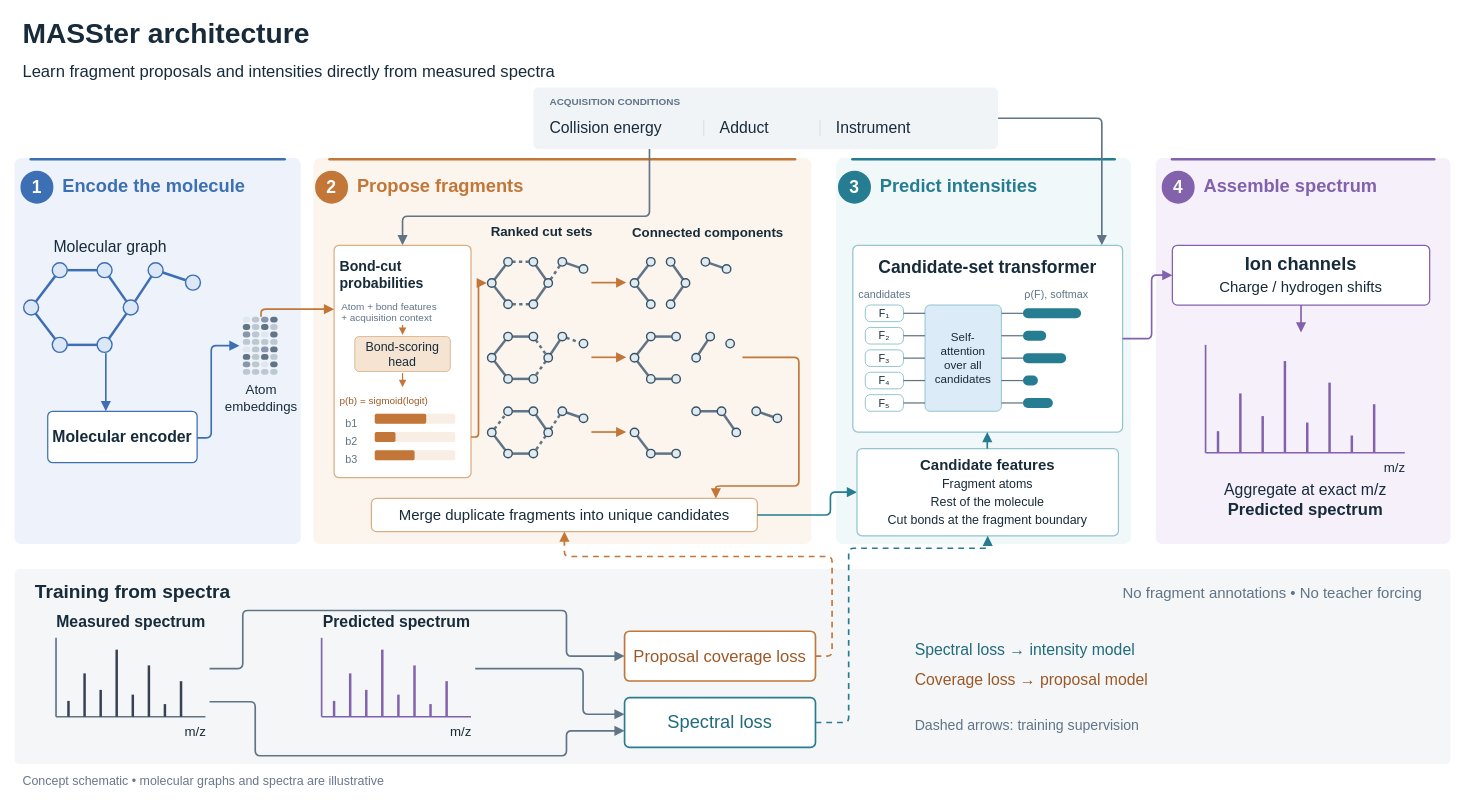
Above: page "MASSter architecture" (1 of 2) of docs/figures/masster_figures.drawio in LZhang98/fragnnet (draw.io), before the change. Source tidied: cells renumbered, new cells numbered last; positions are measured from the earlier drawing's top-left corner, leaving out a move shared by most shapes. Both pictures are drawn from the tidied source at 83%, with x=0, y=0 at pixel (14, 14).
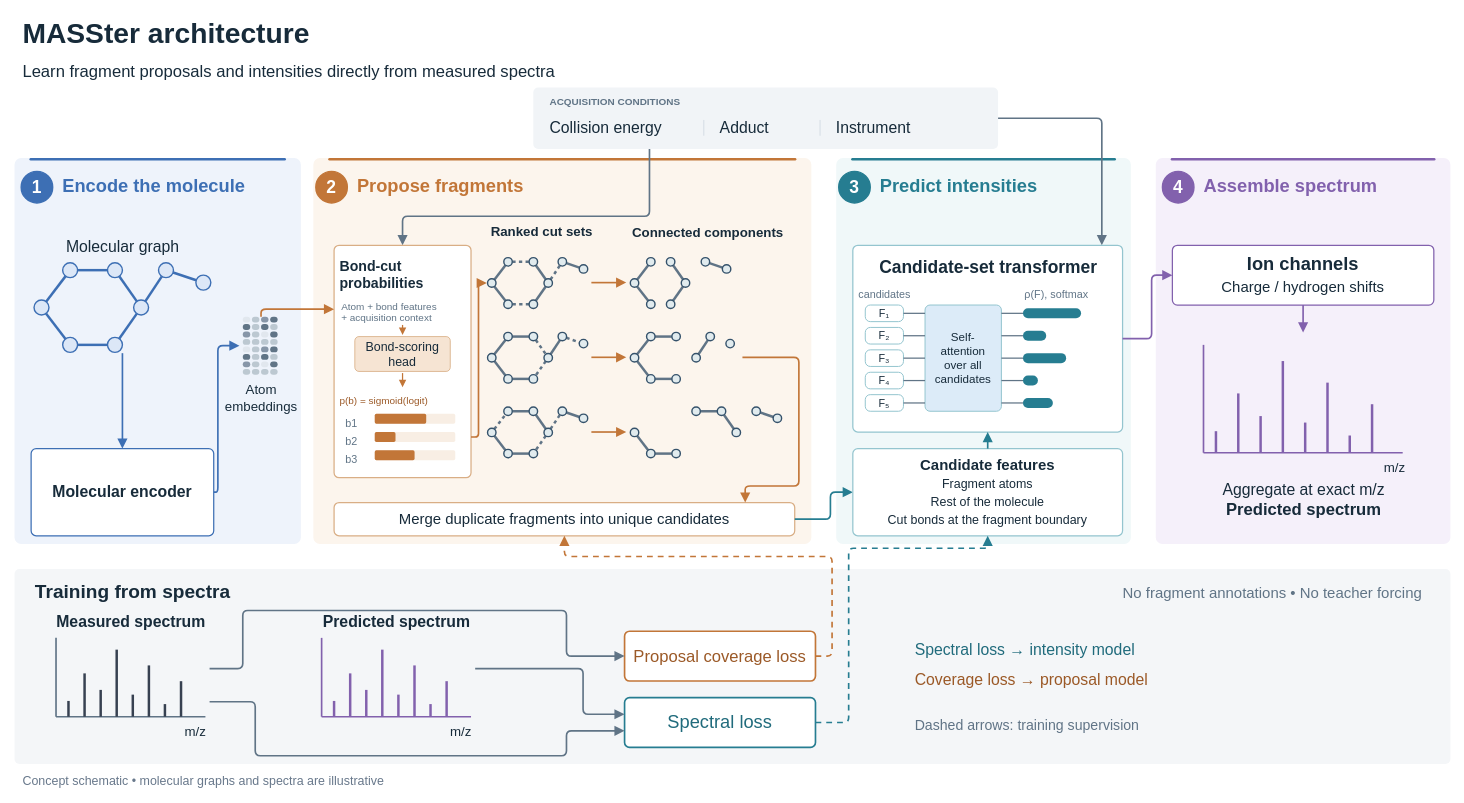
Above is the later version.

The change refers to these unchanged cells:
```xml
<mxCell id="75" style="rounded=1;absoluteArcSize=1;arcSize=12;whiteSpace=wrap;html=1;fillColor=#FFFFFF;strokeColor=#94C5CF;strokeWidth=1.5;fontFamily=Arial;fontSize=16;fontStyle=0;fontColor=#172B3A;verticalAlign=top;" parent="1" vertex="1">
  <mxGeometry x="1010" y="278" width="325" height="225" as="geometry" />
</mxCell>
```

The edit, as a diff of the source:
```diff
@@
     <mxCell id="28" style="group;" parent="1" vertex="1">
-      <mxGeometry x="11" y="299" width="213" height="108" as="geometry" />
+      <mxGeometry x="23.5" y="299" width="213" height="108" as="geometry" />
     </mxCell>
@@
     <mxCell id="45" value="Molecular graph" style="text;html=1;align=center;verticalAlign=middle;whiteSpace=nowrap;spacing=0;fontFamily=Arial;fontSize=19;fontStyle=0;fontColor=#172B3A;" parent="1" vertex="1">
-      <mxGeometry x="33.6" y="269" width="162.8" height="24.7" as="geometry" />
+      <mxGeometry x="48.6" y="269" width="162.8" height="24.7" as="geometry" />
     </mxCell>
     <mxCell id="46" value="Molecular encoder" style="rounded=1;absoluteArcSize=1;arcSize=12;whiteSpace=wrap;html=1;fillColor=#FFFFFF;strokeWidth=1.5;fontFamily=Arial;fontSize=19;fontStyle=1;fontColor=#172B3A;strokeColor=#3D6FB4;" parent="1" vertex="1">
-      <mxGeometry x="40" y="478" width="180" height="62" as="geometry" />
+      <mxGeometry x="20" y="523" width="220" height="105" as="geometry" />
     </mxCell>
-    <mxCell id="47" style="edgeStyle=none;html=1;strokeWidth=2;endArrow=block;endFill=1;endSize=7;startArrow=none;entryX=0.3889;entryY=0;entryDx=0;entryDy=0;entryPerimeter=0;strokeColor=#3D6FB4;" parent="1" edge="1" target="46">
+    <mxCell id="47" style="edgeStyle=none;html=1;strokeWidth=2;endArrow=block;endFill=1;endSize=7;startArrow=none;entryY=0;entryDx=0;entryDy=0;entryPerimeter=0;strokeColor=#3D6FB4;entryX=0.5;" parent="1" edge="1" target="46">
       <mxGeometry relative="1" as="geometry">
-        <mxPoint x="110" y="408" as="sourcePoint" />
+        <mxPoint x="130" y="408" as="sourcePoint" />
       </mxGeometry>
     </mxCell>
-    <mxCell id="48" style="edgeStyle=orthogonalEdgeStyle;rounded=1;arcSize=12;html=1;strokeWidth=2;endArrow=block;endFill=1;endSize=7;startArrow=none;exitX=1;exitY=0.5161;exitDx=0;exitDy=0;exitPerimeter=0;strokeColor=#3D6FB4;" parent="1" edge="1" source="46">
+    <mxCell id="48" style="edgeStyle=orthogonalEdgeStyle;rounded=1;arcSize=12;html=1;strokeWidth=2;endArrow=block;endFill=1;endSize=7;startArrow=none;exitX=1;exitDx=0;exitDy=0;exitPerimeter=0;strokeColor=#3D6FB4;exitY=0.5;" parent="1" edge="1" source="46">
       <mxGeometry relative="1" as="geometry">
         <mxPoint x="271" y="399" as="targetPoint" />
         <Array as="points">
-          <mxPoint x="237" y="510" />
-          <mxPoint x="237" y="399" />
+          <mxPoint x="245" y="575.5" />
+          <mxPoint x="245" y="399" />
         </Array>
       </mxGeometry>
     </mxCell>
@@
     <mxCell id="73" value="Merge duplicate fragments into unique candidates" style="rounded=1;absoluteArcSize=1;arcSize=12;whiteSpace=wrap;html=1;fillColor=#FFFFFF;strokeColor=#D9AE85;strokeWidth=1.5;fontFamily=Arial;fontSize=18;fontStyle=0;fontColor=#172B3A;" parent="1" vertex="1">
-      <mxGeometry x="430" y="583" width="465" height="40" as="geometry" />
+      <mxGeometry x="385" y="588" width="555" height="40" as="geometry" />
     </mxCell>
     <mxCell id="74" style="edgeStyle=orthogonalEdgeStyle;rounded=1;arcSize=12;html=1;strokeColor=#C27638;strokeWidth=2;endArrow=block;endFill=1;endSize=7;startArrow=none;entryX=0.8925;entryY=0;entryDx=0;entryDy=0;entryPerimeter=0;" parent="1" edge="1" target="73">
       <mxGeometry relative="1" as="geometry">
         <mxPoint x="877" y="413" as="sourcePoint" />
         <Array as="points">
           <mxPoint x="945" y="413" />
           <mxPoint x="945" y="568" />
-          <mxPoint x="845" y="568" />
+          <mxPoint x="880.3" y="568" />
         </Array>
       </mxGeometry>
     </mxCell>
@@
     <mxCell id="76" value="Candidate-set transformer" style="text;html=1;align=center;verticalAlign=middle;whiteSpace=nowrap;spacing=0;fontFamily=Arial;fontSize=21;fontStyle=1;fontColor=#172B3A;" parent="1" vertex="1">
-      <mxGeometry x="996.5" y="289" width="351" height="29.9" as="geometry" />
+      <mxGeometry x="1010" y="289" width="325" height="29.9" as="geometry" />
     </mxCell>
     <mxCell id="77" style="edgeStyle=orthogonalEdgeStyle;rounded=1;arcSize=12;html=1;strokeColor=#267D91;strokeWidth=2;endArrow=block;endFill=1;endSize=7;startArrow=none;exitX=1;exitY=0.5;exitDx=0;exitDy=0;exitPerimeter=0;entryX=0;entryY=0.5;entryDx=0;entryDy=0;entryPerimeter=0;" parent="1" edge="1" source="73" target="78">
       <mxGeometry relative="1" as="geometry">
         <Array as="points">
-          <mxPoint x="983" y="603" />
+          <mxPoint x="983" y="608" />
           <mxPoint x="983" y="575.5" />
         </Array>
       </mxGeometry>
     </mxCell>
     <mxCell id="78" value="&lt;b&gt;Candidate features&lt;/b&gt;&lt;br&gt;&lt;span style=&quot;font-size:15px;font-weight:normal;line-height:1.35&quot;&gt;Fragment atoms&lt;br&gt;Rest of the molecule&lt;br&gt;Cut bonds at the fragment boundary&lt;/span&gt;" style="rounded=1;absoluteArcSize=1;arcSize=12;whiteSpace=wrap;html=1;fillColor=#FFFFFF;strokeColor=#94C5CF;strokeWidth=1.5;fontFamily=Arial;fontSize=18;fontStyle=0;fontColor=#172B3A;spacing=8;" parent="1" vertex="1">
-      <mxGeometry x="1015" y="523" width="315" height="105" as="geometry" />
+      <mxGeometry x="1010" y="523" width="325" height="105" as="geometry" />
     </mxCell>
-    <mxCell id="79" style="edgeStyle=none;html=1;strokeColor=#267D91;strokeWidth=2;endArrow=block;endFill=1;endSize=7;startArrow=none;exitX=0.4984;exitY=0;exitDx=0;exitDy=0;exitPerimeter=0;entryX=0.4985;entryY=1;entryDx=0;entryDy=0;entryPerimeter=0;" parent="1" edge="1" source="78" target="75">
+    <mxCell id="79" style="edgeStyle=none;html=1;strokeColor=#267D91;strokeWidth=2;endArrow=block;endFill=1;endSize=7;startArrow=none;exitY=0;exitDx=0;exitDy=0;exitPerimeter=0;entryY=1;entryDx=0;entryDy=0;entryPerimeter=0;exitX=0.5;entryX=0.5;" parent="1" edge="1" source="78" target="75">
       <mxGeometry relative="1" as="geometry" />
     </mxCell>
     <mxCell id="80" value="Ion channels&lt;br&gt;&lt;font style=&quot;font-size:18px&quot;&gt;&lt;span style=&quot;font-weight:normal&quot;&gt;Charge / hydrogen shifts&lt;/span&gt;&lt;/font&gt;" style="rounded=1;absoluteArcSize=1;arcSize=12;whiteSpace=wrap;html=1;fillColor=#FFFFFF;strokeWidth=1.5;fontFamily=Arial;fontSize=22;fontStyle=1;fontColor=#172B3A;strokeColor=#8261AD;" parent="1" vertex="1">
-      <mxGeometry x="1395" y="278" width="310" height="72" as="geometry" />
+      <mxGeometry x="1395" y="278" width="315" height="72" as="geometry" />
     </mxCell>
@@
     <mxCell id="82" style="edgeStyle=none;html=1;strokeWidth=2;endArrow=block;endFill=1;endSize=7;startArrow=none;exitX=0.5;exitY=1;exitDx=0;exitDy=0;exitPerimeter=0;strokeColor=#8261AD;" parent="1" edge="1" source="80">
       <mxGeometry relative="1" as="geometry">
-        <mxPoint x="1550" y="383" as="targetPoint" />
+        <mxPoint x="1552.5" y="383" as="targetPoint" />
       </mxGeometry>
     </mxCell>
     <mxCell id="83" style="group;" parent="1" vertex="1">
-      <mxGeometry x="1435" y="398" width="240" height="130" as="geometry" />
+      <mxGeometry x="1432.5" y="398" width="240" height="130" as="geometry" />
     </mxCell>
@@
     <mxCell id="95" value="Aggregate at exact m/z&lt;br&gt;&lt;font style=&quot;font-size:20px&quot;&gt;&lt;b&gt;Predicted spectrum&lt;/b&gt;&lt;/font&gt;" style="text;html=1;align=center;verticalAlign=middle;whiteSpace=nowrap;spacing=0;fontFamily=Arial;fontSize=19;fontStyle=0;fontColor=#172B3A;" parent="1" vertex="1">
-      <mxGeometry x="1437" y="559" width="235.9" height="52.7" as="geometry" />
+      <mxGeometry x="1395" y="559" width="315" height="52.7" as="geometry" />
     </mxCell>
```
